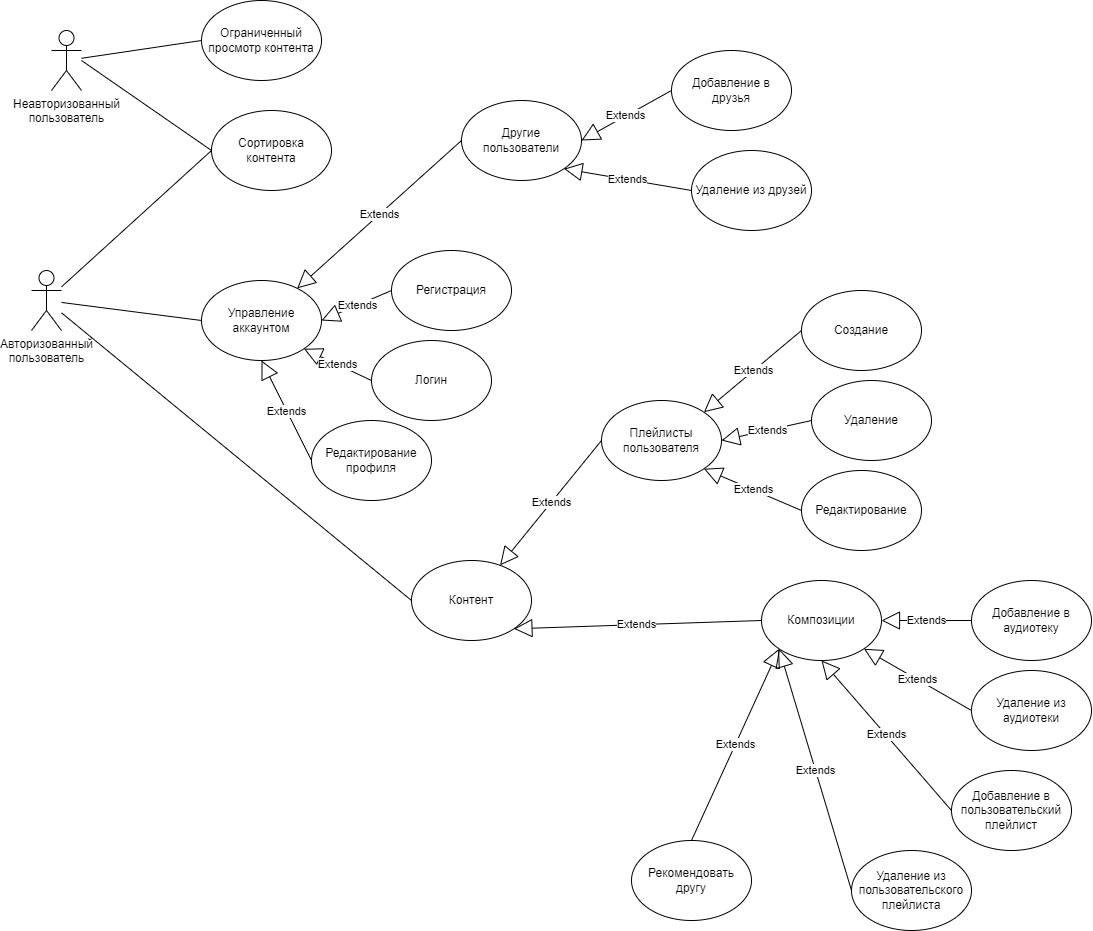
This is documentation/use_case1.png from TP-6-1-3/StreamingService, a draw.io export, as it was before one commit. Source tidied: cells renumbered, new cells last; positions are measured from the earlier drawing's top-left corner, leaving out a move shared by most shapes.
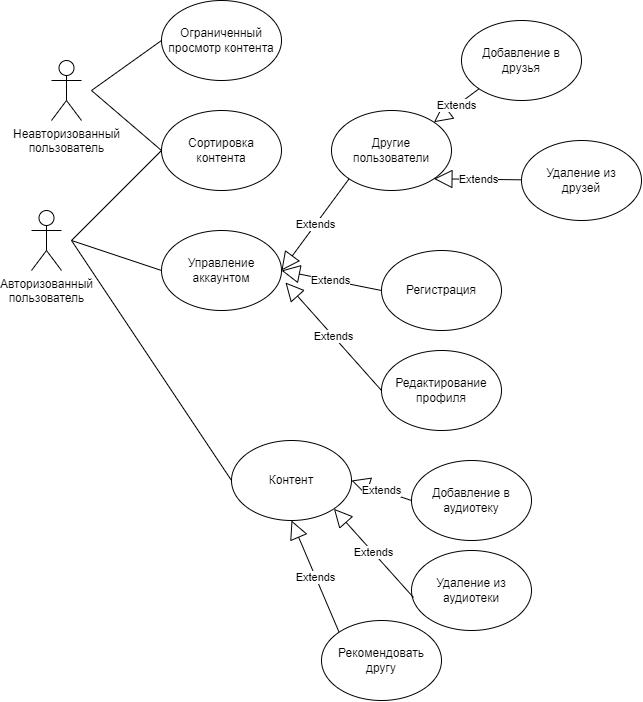
After the commit.

Commit message:
Добавление диаграмм и дополнение курсовой работы

The edit, as a diff of the source:
```diff
@@ -3,135 +3,97 @@
     <mxCell id="0" />
     <mxCell id="1" parent="0" />
     <mxCell id="2" value="Неавторизованный&lt;br&gt;пользователь" style="shape=umlActor;verticalLabelPosition=bottom;verticalAlign=top;html=1;outlineConnect=0;" parent="1" vertex="1">
-      <mxGeometry x="20" y="30" width="30" height="60" as="geometry" />
+      <mxGeometry x="40" y="90" width="30" height="60" as="geometry" />
     </mxCell>
     <mxCell id="3" value="Ограниченный просмотр контента" style="ellipse;whiteSpace=wrap;html=1;" parent="1" vertex="1">
-      <mxGeometry x="170" width="120" height="80" as="geometry" />
+      <mxGeometry x="150" y="30" width="120" height="80" as="geometry" />
     </mxCell>
-    <mxCell id="4" style="endArrow=none;html=1;rounded=0;entryX=0;entryY=0.5;entryDx=0;entryDy=0;" parent="1" edge="1" source="2" target="3">
-      <mxGeometry relative="1" as="geometry" />
-    </mxCell>
     <mxCell id="5" value="Сортировка контента" style="ellipse;whiteSpace=wrap;html=1;" parent="1" vertex="1">
-      <mxGeometry x="180" y="110" width="120" height="80" as="geometry" />
+      <mxGeometry x="150" y="140" width="120" height="80" as="geometry" />
     </mxCell>
-    <mxCell id="6" style="endArrow=none;html=1;rounded=0;entryX=0;entryY=0.5;entryDx=0;entryDy=0;" parent="1" edge="1" target="5">
-      <mxGeometry relative="1" as="geometry">
-        <mxPoint x="50" y="60" as="sourcePoint" />
-      </mxGeometry>
-    </mxCell>
+    <mxCell id="45" style="endArrow=none;html=1;rounded=0;entryX=0;entryY=0.5;entryDx=0;entryDy=0;" parent="1" edge="1" target="3">
+      <mxGeometry relative="1" as="geometry">
+        <mxPoint x="80" y="120" as="sourcePoint" />
+      </mxGeometry>
+    </mxCell>
+    <mxCell id="46" style="endArrow=none;html=1;rounded=0;entryX=0;entryY=0.5;entryDx=0;entryDy=0;" parent="1" edge="1" target="5">
+      <mxGeometry relative="1" as="geometry">
+        <mxPoint x="80" y="120" as="sourcePoint" />
+      </mxGeometry>
+    </mxCell>
     <mxCell id="7" value="Авторизованный&lt;br&gt;пользователь" style="shape=umlActor;verticalLabelPosition=bottom;verticalAlign=top;html=1;outlineConnect=0;" parent="1" vertex="1">
-      <mxGeometry y="270" width="30" height="60" as="geometry" />
+      <mxGeometry x="20" y="240" width="30" height="60" as="geometry" />
     </mxCell>
-    <mxCell id="8" style="endArrow=none;html=1;rounded=0;entryX=0;entryY=0.5;entryDx=0;entryDy=0;" parent="1" edge="1" source="7" target="5">
-      <mxGeometry relative="1" as="geometry" />
-    </mxCell>
     <mxCell id="9" value="Управление аккаунтом" style="ellipse;whiteSpace=wrap;html=1;" parent="1" vertex="1">
-      <mxGeometry x="170" y="280" width="120" height="80" as="geometry" />
+      <mxGeometry x="150" y="260" width="120" height="80" as="geometry" />
     </mxCell>
-    <mxCell id="10" style="endArrow=none;html=1;rounded=0;entryX=0;entryY=0.5;entryDx=0;entryDy=0;" parent="1" edge="1" source="7" target="9">
-      <mxGeometry relative="1" as="geometry" />
-    </mxCell>
-    <mxCell id="11" value="Extends" style="endArrow=block;endSize=16;endFill=0;html=1;rounded=0;entryX=1;entryY=0.5;entryDx=0;entryDy=0;exitX=0;exitY=0.5;exitDx=0;exitDy=0;" parent="1" edge="1" source="12" target="9">
-      <mxGeometry relative="1" as="geometry" />
-    </mxCell>
+    <mxCell id="47" style="endArrow=none;html=1;rounded=0;entryX=0;entryY=0.5;entryDx=0;entryDy=0;" parent="1" edge="1" target="9">
+      <mxGeometry relative="1" as="geometry">
+        <mxPoint x="60" y="270" as="sourcePoint" />
+      </mxGeometry>
+    </mxCell>
+    <mxCell id="48" style="endArrow=none;html=1;rounded=0;entryX=0;entryY=0.5;entryDx=0;entryDy=0;" parent="1" edge="1" target="5">
+      <mxGeometry relative="1" as="geometry">
+        <mxPoint x="60" y="270" as="sourcePoint" />
+      </mxGeometry>
+    </mxCell>
+    <mxCell id="25" value="Контент" style="ellipse;whiteSpace=wrap;html=1;" parent="1" vertex="1">
+      <mxGeometry x="220" y="470" width="120" height="80" as="geometry" />
+    </mxCell>
+    <mxCell id="49" style="endArrow=none;html=1;rounded=0;exitX=0;exitY=0.5;exitDx=0;exitDy=0;" parent="1" edge="1" source="25">
+      <mxGeometry relative="1" as="geometry">
+        <mxPoint x="60" y="270" as="targetPoint" />
+      </mxGeometry>
+    </mxCell>
+    <mxCell id="18" value="Другие&lt;br&gt;пользователи" style="ellipse;whiteSpace=wrap;html=1;" parent="1" vertex="1">
+      <mxGeometry x="320" y="140" width="120" height="80" as="geometry" />
+    </mxCell>
+    <mxCell id="17" value="Extends" style="endArrow=block;endSize=16;endFill=0;html=1;rounded=0;entryX=1;entryY=0.5;entryDx=0;entryDy=0;exitX=0;exitY=1;exitDx=0;exitDy=0;" parent="1" edge="1" source="18" target="9">
+      <mxGeometry relative="1" as="geometry" />
+    </mxCell>
+    <mxCell id="20" value="Добавление в друзья" style="ellipse;whiteSpace=wrap;html=1;" parent="1" vertex="1">
+      <mxGeometry x="450" y="50" width="120" height="80" as="geometry" />
+    </mxCell>
+    <mxCell id="19" value="Extends" style="endArrow=block;endSize=16;endFill=0;html=1;rounded=0;entryX=1;entryY=0;entryDx=0;entryDy=0;exitX=0;exitY=1;exitDx=0;exitDy=0;" parent="1" edge="1" source="20" target="18">
+      <mxGeometry relative="1" as="geometry" />
+    </mxCell>
+    <mxCell id="22" value="Удаление из &lt;br&gt;друзей" style="ellipse;whiteSpace=wrap;html=1;" parent="1" vertex="1">
+      <mxGeometry x="510" y="170" width="120" height="80" as="geometry" />
+    </mxCell>
+    <mxCell id="21" value="Extends" style="endArrow=block;endSize=16;endFill=0;html=1;rounded=0;entryX=1;entryY=1;entryDx=0;entryDy=0;" parent="1" edge="1" source="22" target="18">
+      <mxGeometry relative="1" as="geometry" />
+    </mxCell>
     <mxCell id="12" value="Регистрация" style="ellipse;whiteSpace=wrap;html=1;" parent="1" vertex="1">
-      <mxGeometry x="360" y="250" width="120" height="80" as="geometry" />
+      <mxGeometry x="370" y="280" width="120" height="80" as="geometry" />
     </mxCell>
-    <mxCell id="13" value="Extends" style="endArrow=block;endSize=16;endFill=0;html=1;rounded=0;entryX=1;entryY=1;entryDx=0;entryDy=0;exitX=0;exitY=0.5;exitDx=0;exitDy=0;" parent="1" edge="1" source="14" target="9">
-      <mxGeometry relative="1" as="geometry" />
-    </mxCell>
-    <mxCell id="14" value="Логин" style="ellipse;whiteSpace=wrap;html=1;" parent="1" vertex="1">
-      <mxGeometry x="340" y="340" width="120" height="80" as="geometry" />
-    </mxCell>
+    <mxCell id="50" value="Extends" style="endArrow=block;endSize=16;endFill=0;html=1;rounded=0;exitX=0;exitY=0.5;exitDx=0;exitDy=0;" parent="1" edge="1" source="12">
+      <mxGeometry relative="1" as="geometry">
+        <mxPoint x="270" y="300" as="targetPoint" />
+      </mxGeometry>
+    </mxCell>
+    <mxCell id="16" value="Редактирование профиля" style="ellipse;whiteSpace=wrap;html=1;" parent="1" vertex="1">
+      <mxGeometry x="370" y="380" width="120" height="80" as="geometry" />
+    </mxCell>
-    <mxCell id="15" value="Extends" style="endArrow=block;endSize=16;endFill=0;html=1;rounded=0;entryX=0.5;entryY=1;entryDx=0;entryDy=0;exitX=0;exitY=0.5;exitDx=0;exitDy=0;" parent="1" edge="1" source="16" target="9">
+    <mxCell id="15" value="Extends" style="endArrow=block;endSize=16;endFill=0;html=1;rounded=0;entryX=1.033;entryY=0.65;entryDx=0;entryDy=0;exitX=0;exitY=0.5;exitDx=0;exitDy=0;entryPerimeter=0;" parent="1" edge="1" source="16" target="9">
       <mxGeometry relative="1" as="geometry" />
     </mxCell>
-    <mxCell id="16" value="Редактирование профиля" style="ellipse;whiteSpace=wrap;html=1;" parent="1" vertex="1">
-      <mxGeometry x="280" y="420" width="120" height="80" as="geometry" />
-    </mxCell>
-    <mxCell id="17" value="Extends" style="endArrow=block;endSize=16;endFill=0;html=1;rounded=0;exitX=0;exitY=0.5;exitDx=0;exitDy=0;" parent="1" edge="1" source="18" target="9">
-      <mxGeometry relative="1" as="geometry" />
-    </mxCell>
-    <mxCell id="18" value="Другие &lt;br&gt;пользователи" style="ellipse;whiteSpace=wrap;html=1;" parent="1" vertex="1">
-      <mxGeometry x="430" y="100" width="120" height="80" as="geometry" />
-    </mxCell>
-    <mxCell id="19" value="Extends" style="endArrow=block;endSize=16;endFill=0;html=1;rounded=0;entryX=1;entryY=0.5;entryDx=0;entryDy=0;exitX=0;exitY=0.5;exitDx=0;exitDy=0;" parent="1" edge="1" source="20" target="18">
-      <mxGeometry relative="1" as="geometry" />
-    </mxCell>
-    <mxCell id="20" value="Добавление в друзья" style="ellipse;whiteSpace=wrap;html=1;" parent="1" vertex="1">
-      <mxGeometry x="640" y="50" width="120" height="80" as="geometry" />
-    </mxCell>
-    <mxCell id="21" value="Extends" style="endArrow=block;endSize=16;endFill=0;html=1;rounded=0;entryX=1;entryY=1;entryDx=0;entryDy=0;exitX=0;exitY=0.5;exitDx=0;exitDy=0;" parent="1" edge="1" source="22" target="18">
-      <mxGeometry relative="1" as="geometry" />
-    </mxCell>
-    <mxCell id="22" value="Удаление из друзей" style="ellipse;whiteSpace=wrap;html=1;" parent="1" vertex="1">
-      <mxGeometry x="660" y="150" width="120" height="80" as="geometry" />
-    </mxCell>
-    <mxCell id="23" value="Extends" style="endArrow=block;endSize=16;endFill=0;html=1;rounded=0;exitX=0;exitY=0.5;exitDx=0;exitDy=0;" parent="1" edge="1" source="24" target="25">
-      <mxGeometry relative="1" as="geometry" />
-    </mxCell>
-    <mxCell id="24" value="Плейлисты пользователя" style="ellipse;whiteSpace=wrap;html=1;" parent="1" vertex="1">
-      <mxGeometry x="570" y="400" width="120" height="80" as="geometry" />
-    </mxCell>
-    <mxCell id="25" value="Контент" style="ellipse;whiteSpace=wrap;html=1;" parent="1" vertex="1">
-      <mxGeometry x="380" y="560" width="120" height="80" as="geometry" />
-    </mxCell>
-    <mxCell id="26" style="endArrow=none;html=1;rounded=0;exitX=0;exitY=0.5;exitDx=0;exitDy=0;" parent="1" edge="1" source="25" target="7">
-      <mxGeometry relative="1" as="geometry" />
-    </mxCell>
-    <mxCell id="27" value="Extends" style="endArrow=block;endSize=16;endFill=0;html=1;rounded=0;entryX=1;entryY=1;entryDx=0;entryDy=0;exitX=0;exitY=0.5;exitDx=0;exitDy=0;" parent="1" edge="1" source="28" target="25">
-      <mxGeometry relative="1" as="geometry" />
-    </mxCell>
-    <mxCell id="28" value="Композиции" style="ellipse;whiteSpace=wrap;html=1;" parent="1" vertex="1">
-      <mxGeometry x="730" y="580" width="120" height="80" as="geometry" />
-    </mxCell>
-    <mxCell id="29" value="Extends" style="endArrow=block;endSize=16;endFill=0;html=1;rounded=0;entryX=1;entryY=0;entryDx=0;entryDy=0;exitX=0;exitY=0.5;exitDx=0;exitDy=0;" parent="1" edge="1" source="30" target="24">
-      <mxGeometry relative="1" as="geometry" />
-    </mxCell>
-    <mxCell id="30" value="Создание" style="ellipse;whiteSpace=wrap;html=1;" parent="1" vertex="1">
-      <mxGeometry x="770" y="290" width="120" height="80" as="geometry" />
-    </mxCell>
-    <mxCell id="31" value="Extends" style="endArrow=block;endSize=16;endFill=0;html=1;rounded=0;entryX=1;entryY=0.5;entryDx=0;entryDy=0;exitX=0;exitY=0.5;exitDx=0;exitDy=0;" parent="1" edge="1" source="32" target="24">
-      <mxGeometry relative="1" as="geometry" />
-    </mxCell>
-    <mxCell id="32" value="Удаление" style="ellipse;whiteSpace=wrap;html=1;" parent="1" vertex="1">
-      <mxGeometry x="780" y="380" width="120" height="80" as="geometry" />
-    </mxCell>
-    <mxCell id="33" value="Extends" style="endArrow=block;endSize=16;endFill=0;html=1;rounded=0;entryX=1;entryY=1;entryDx=0;entryDy=0;exitX=0;exitY=0.5;exitDx=0;exitDy=0;" parent="1" edge="1" source="34" target="24">
-      <mxGeometry relative="1" as="geometry" />
-    </mxCell>
-    <mxCell id="34" value="Редактирование" style="ellipse;whiteSpace=wrap;html=1;" parent="1" vertex="1">
-      <mxGeometry x="770" y="470" width="120" height="80" as="geometry" />
-    </mxCell>
-    <mxCell id="35" value="Extends" style="endArrow=block;endSize=16;endFill=0;html=1;rounded=0;entryX=1;entryY=0.5;entryDx=0;entryDy=0;exitX=0;exitY=0.5;exitDx=0;exitDy=0;" parent="1" edge="1" source="36" target="28">
-      <mxGeometry relative="1" as="geometry" />
-    </mxCell>
     <mxCell id="36" value="Добавление в аудиотеку" style="ellipse;whiteSpace=wrap;html=1;" parent="1" vertex="1">
-      <mxGeometry x="940" y="580" width="120" height="80" as="geometry" />
+      <mxGeometry x="400" y="490" width="120" height="80" as="geometry" />
     </mxCell>
-    <mxCell id="37" value="Extends" style="endArrow=block;endSize=16;endFill=0;html=1;rounded=0;entryX=1;entryY=1;entryDx=0;entryDy=0;exitX=0;exitY=0.5;exitDx=0;exitDy=0;" parent="1" edge="1" source="38" target="28">
-      <mxGeometry relative="1" as="geometry" />
-    </mxCell>
+    <mxCell id="51" value="Extends" style="endArrow=block;endSize=16;endFill=0;html=1;rounded=0;entryX=1;entryY=0.5;entryDx=0;entryDy=0;exitX=0;exitY=0.5;exitDx=0;exitDy=0;" parent="1" edge="1" source="36" target="25">
+      <mxGeometry relative="1" as="geometry" />
+    </mxCell>
     <mxCell id="38" value="Удаление из аудиотеки" style="ellipse;whiteSpace=wrap;html=1;" parent="1" vertex="1">
-      <mxGeometry x="940" y="670" width="120" height="80" as="geometry" />
+      <mxGeometry x="400" y="580" width="120" height="80" as="geometry" />
     </mxCell>
-    <mxCell id="39" value="Extends" style="endArrow=block;endSize=16;endFill=0;html=1;rounded=0;exitX=0;exitY=0.5;exitDx=0;exitDy=0;entryX=0.5;entryY=1;entryDx=0;entryDy=0;" parent="1" edge="1" source="40" target="28">
-      <mxGeometry relative="1" as="geometry" />
-    </mxCell>
-    <mxCell id="40" value="Добавление в пользовательский плейлист" style="ellipse;whiteSpace=wrap;html=1;" parent="1" vertex="1">
-      <mxGeometry x="920" y="770" width="120" height="80" as="geometry" />
-    </mxCell>
-    <mxCell id="41" value="Extends" style="endArrow=block;endSize=16;endFill=0;html=1;rounded=0;entryX=0;entryY=1;entryDx=0;entryDy=0;exitX=0;exitY=0.5;exitDx=0;exitDy=0;" parent="1" edge="1" source="42" target="28">
-      <mxGeometry relative="1" as="geometry" />
-    </mxCell>
-    <mxCell id="42" value="Удаление из пользовательского плейлиста" style="ellipse;whiteSpace=wrap;html=1;" parent="1" vertex="1">
-      <mxGeometry x="820" y="850" width="120" height="80" as="geometry" />
-    </mxCell>
-    <mxCell id="43" value="Extends" style="endArrow=block;endSize=16;endFill=0;html=1;rounded=0;entryX=0;entryY=1;entryDx=0;entryDy=0;exitX=0.5;exitY=0;exitDx=0;exitDy=0;" parent="1" edge="1" source="44" target="28">
-      <mxGeometry relative="1" as="geometry" />
-    </mxCell>
+    <mxCell id="52" value="Extends" style="endArrow=block;endSize=16;endFill=0;html=1;rounded=0;entryX=1;entryY=1;entryDx=0;entryDy=0;exitX=0.017;exitY=0.588;exitDx=0;exitDy=0;exitPerimeter=0;" parent="1" edge="1" source="38" target="25">
+      <mxGeometry relative="1" as="geometry" />
+    </mxCell>
     <mxCell id="44" value="Рекомендовать другу" style="ellipse;whiteSpace=wrap;html=1;" parent="1" vertex="1">
-      <mxGeometry x="600" y="840" width="120" height="80" as="geometry" />
+      <mxGeometry x="310" y="650" width="120" height="80" as="geometry" />
     </mxCell>
+    <mxCell id="53" value="Extends" style="endArrow=block;endSize=16;endFill=0;html=1;rounded=0;entryX=0.5;entryY=1;entryDx=0;entryDy=0;exitX=0;exitY=0;exitDx=0;exitDy=0;" parent="1" edge="1" source="44" target="25">
+      <mxGeometry relative="1" as="geometry" />
+    </mxCell>
   </root>
 </mxGraphModel>
```
